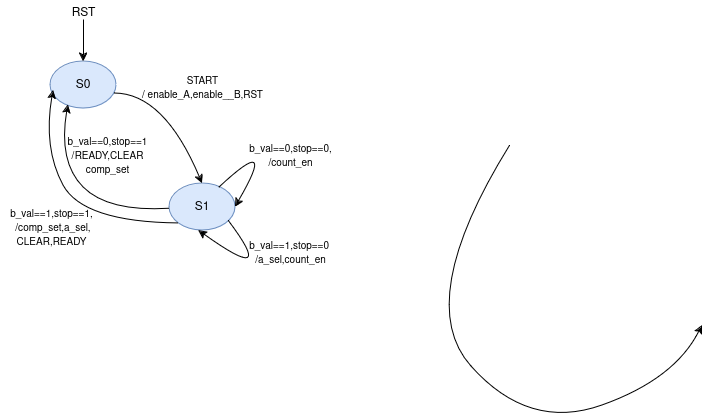
This is Ramzan/module_08_systemverilog/sequential_multiplier/docs/Controller.png from medsuet/Xcelerium-IC-Design-Training, a draw.io export, as it was before one commit. Source tidied: cells renumbered, new cells last; positions are measured from the earlier drawing's top-left corner, leaving out a move shared by most shapes. The source it was exported from:
```xml
<mxGraphModel>
  <root>
    <mxCell id="0" />
    <mxCell id="1" parent="0" />
    <mxCell id="2" style="curved=1;endArrow=classic;html=1;rounded=0;entryX=0.592;entryY=0.979;entryDx=0;entryDy=0;entryPerimeter=0;" parent="1" edge="1">
      <mxGeometry relative="1" as="geometry">
        <mxPoint x="509.6" y="145.2" as="sourcePoint" />
        <mxPoint x="702" y="325" as="targetPoint" />
        <Array as="points">
          <mxPoint x="413" y="301" />
          <mxPoint x="529" y="431" />
          <mxPoint x="675" y="379" />
        </Array>
      </mxGeometry>
    </mxCell>
    <mxCell id="3" value="S0" style="ellipse;whiteSpace=wrap;html=1;fillColor=#dae8fc;strokeColor=#6c8ebf;" parent="1" vertex="1">
      <mxGeometry x="50" y="61" width="66" height="47" as="geometry" />
    </mxCell>
    <mxCell id="4" value="S1" style="ellipse;whiteSpace=wrap;html=1;fillColor=#dae8fc;strokeColor=#6c8ebf;" parent="1" vertex="1">
      <mxGeometry x="169" y="183" width="66" height="47" as="geometry" />
    </mxCell>
    <mxCell id="5" style="curved=1;endArrow=classic;html=1;rounded=0;entryX=0.5;entryY=0;entryDx=0;entryDy=0;" parent="1" edge="1" target="4">
      <mxGeometry relative="1" as="geometry">
        <mxPoint x="114" y="93" as="sourcePoint" />
        <Array as="points">
          <mxPoint x="164" y="93" />
        </Array>
      </mxGeometry>
    </mxCell>
    <mxCell id="6" style="curved=1;endArrow=classic;html=1;rounded=0;exitX=0.753;exitY=0.09;exitDx=0;exitDy=0;exitPerimeter=0;entryX=1;entryY=0.5;entryDx=0;entryDy=0;" parent="1" edge="1" source="4" target="4">
      <mxGeometry relative="1" as="geometry">
        <Array as="points">
          <mxPoint x="279" y="131" />
        </Array>
      </mxGeometry>
    </mxCell>
    <mxCell id="7" style="curved=1;endArrow=classic;html=1;rounded=0;exitX=0.894;exitY=0.794;exitDx=0;exitDy=0;entryX=0.439;entryY=1;entryDx=0;entryDy=0;entryPerimeter=0;exitPerimeter=0;" parent="1" edge="1" source="4" target="4">
      <mxGeometry relative="1" as="geometry">
        <Array as="points">
          <mxPoint x="279" y="288" />
        </Array>
      </mxGeometry>
    </mxCell>
    <mxCell id="8" style="curved=1;endArrow=classic;html=1;rounded=0;entryX=0.268;entryY=0.925;entryDx=0;entryDy=0;entryPerimeter=0;" parent="1" edge="1" source="4" target="3">
      <mxGeometry relative="1" as="geometry">
        <Array as="points">
          <mxPoint x="108" y="212" />
          <mxPoint x="58" y="162" />
        </Array>
      </mxGeometry>
    </mxCell>
    <mxCell id="9" style="curved=1;endArrow=classic;html=1;rounded=0;entryX=0.268;entryY=0.925;entryDx=0;entryDy=0;entryPerimeter=0;exitX=0;exitY=1;exitDx=0;exitDy=0;" parent="1" edge="1" source="4">
      <mxGeometry relative="1" as="geometry">
        <mxPoint x="53" y="90" as="targetPoint" />
        <Array as="points">
          <mxPoint x="83" y="222" />
          <mxPoint x="43" y="148" />
        </Array>
      </mxGeometry>
    </mxCell>
    <mxCell id="10" value="&lt;div&gt;&lt;font style=&quot;font-size: 10px;&quot;&gt;START&lt;/font&gt;&lt;/div&gt;&lt;div&gt;&lt;font style=&quot;font-size: 10px;&quot;&gt;/ enable_A,enable__B,RST&lt;/font&gt;&lt;/div&gt;" style="text;html=1;align=center;verticalAlign=middle;strokeColor=none;fillColor=none;" parent="1" vertex="1">
      <mxGeometry x="132.5" y="67" width="139" height="41" as="geometry" />
    </mxCell>
    <mxCell id="11" value="&lt;div&gt;&lt;font style=&quot;font-size: 10px;&quot;&gt;b_val==0,stop==0,&lt;/font&gt;&lt;/div&gt;&lt;div&gt;&lt;font style=&quot;font-size: 10px;&quot;&gt;/count_en&lt;/font&gt;&lt;br&gt;&lt;/div&gt;" style="text;html=1;align=center;verticalAlign=middle;strokeColor=none;fillColor=none;" parent="1" vertex="1">
      <mxGeometry x="239" y="135" width="101" height="41" as="geometry" />
    </mxCell>
    <mxCell id="12" value="&lt;div&gt;&lt;font style=&quot;font-size: 10px;&quot;&gt;b_val==1,stop==0&amp;nbsp;&lt;/font&gt;&lt;/div&gt;&lt;div&gt;&lt;font style=&quot;font-size: 10px;&quot;&gt;/a_sel,count_en&lt;/font&gt;&lt;/div&gt;" style="text;html=1;align=center;verticalAlign=middle;strokeColor=none;fillColor=none;" parent="1" vertex="1">
      <mxGeometry x="239" y="232" width="101" height="41" as="geometry" />
    </mxCell>
    <mxCell id="13" value="&lt;div&gt;&lt;font style=&quot;font-size: 10px;&quot;&gt;b_val==1,stop==1,&lt;/font&gt;&lt;/div&gt;&lt;div&gt;&lt;font style=&quot;font-size: 10px;&quot;&gt;&amp;nbsp;/comp_set,a_sel,&lt;/font&gt;&lt;/div&gt;&lt;div&gt;&lt;font style=&quot;font-size: 10px;&quot;&gt;CLEAR,READY&lt;/font&gt;&lt;/div&gt;" style="text;html=1;align=center;verticalAlign=middle;strokeColor=none;fillColor=none;" parent="1" vertex="1">
      <mxGeometry y="200" width="101" height="55" as="geometry" />
    </mxCell>
    <mxCell id="14" value="&lt;div&gt;&lt;font style=&quot;font-size: 10px;&quot;&gt;b_val==0,stop==1&lt;/font&gt;&lt;/div&gt;&lt;div&gt;&lt;font style=&quot;font-size: 10px;&quot;&gt;/READY,CLEAR&lt;/font&gt;&lt;/div&gt;&lt;div&gt;&lt;font style=&quot;font-size: 10px;&quot;&gt;comp_set&lt;/font&gt;&lt;br&gt;&lt;/div&gt;" style="text;html=1;align=center;verticalAlign=middle;strokeColor=none;fillColor=none;" parent="1" vertex="1">
      <mxGeometry x="58" y="128" width="98" height="55" as="geometry" />
    </mxCell>
    <mxCell id="15" style="endArrow=classic;html=1;rounded=0;entryX=0.5;entryY=0;entryDx=0;entryDy=0;" parent="1" edge="1" target="3">
      <mxGeometry relative="1" as="geometry">
        <mxPoint x="83" y="19" as="sourcePoint" />
      </mxGeometry>
    </mxCell>
    <mxCell id="16" value="RST" style="text;html=1;align=center;verticalAlign=middle;strokeColor=none;fillColor=none;" parent="1" vertex="1">
      <mxGeometry x="62.5" width="41" height="26" as="geometry" />
    </mxCell>
  </root>
</mxGraphModel>
```
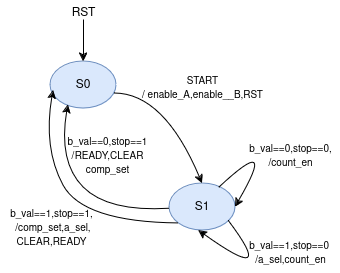
The same diagram one commit later.

Change to the diagram source:
```diff
@@ -2,17 +2,6 @@
   <root>
     <mxCell id="0" />
     <mxCell id="1" parent="0" />
-    <mxCell id="2" style="curved=1;endArrow=classic;html=1;rounded=0;entryX=0.592;entryY=0.979;entryDx=0;entryDy=0;entryPerimeter=0;" parent="1" edge="1">
-      <mxGeometry relative="1" as="geometry">
-        <mxPoint x="509.6" y="145.2" as="sourcePoint" />
-        <mxPoint x="702" y="325" as="targetPoint" />
-        <Array as="points">
-          <mxPoint x="413" y="301" />
-          <mxPoint x="529" y="431" />
-          <mxPoint x="675" y="379" />
-        </Array>
-      </mxGeometry>
-    </mxCell>
     <mxCell id="3" value="S0" style="ellipse;whiteSpace=wrap;html=1;fillColor=#dae8fc;strokeColor=#6c8ebf;" parent="1" vertex="1">
       <mxGeometry x="50" y="61" width="66" height="47" as="geometry" />
     </mxCell>
```
